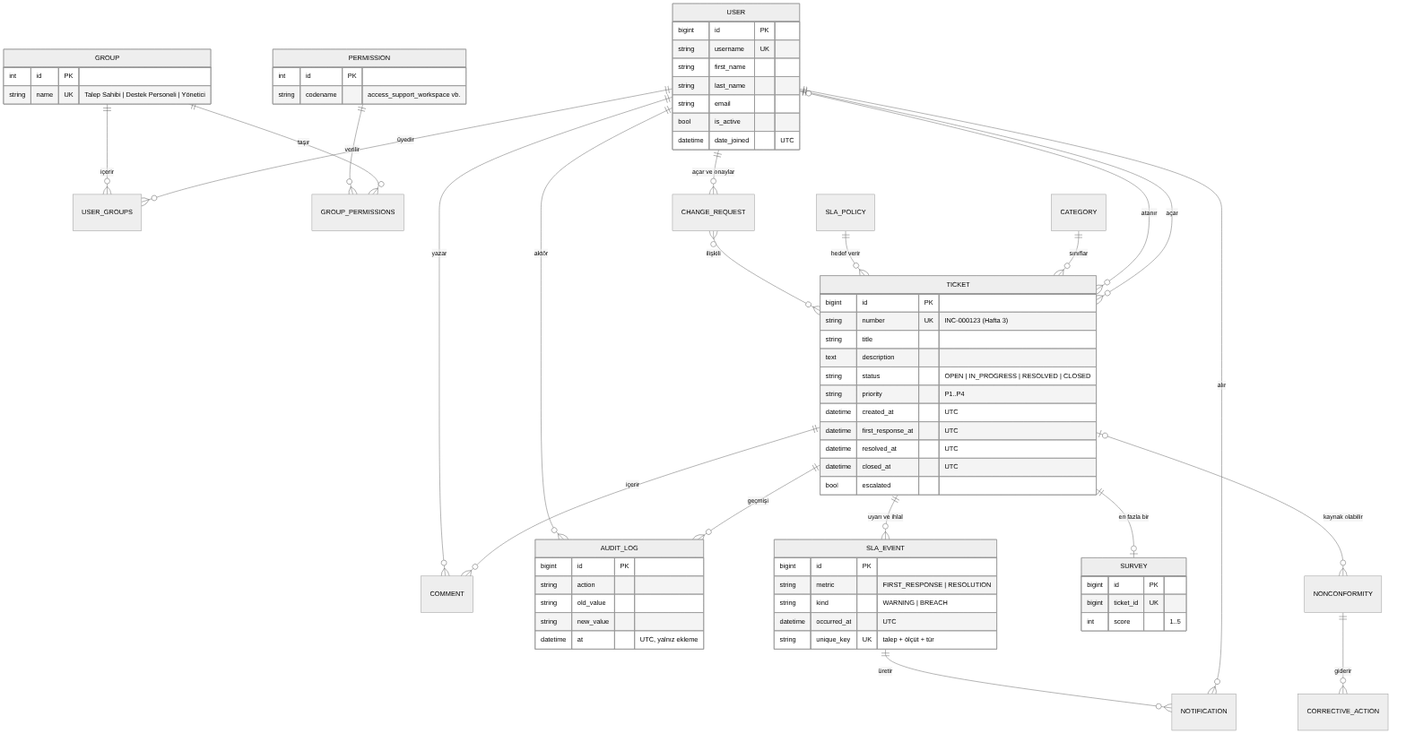
The Mermaid diagram docs/diagrams/er.png in wordeus/sds07-servis-masasi, before a commit. Its source is kept beside it as docs/diagrams/er.mmd.
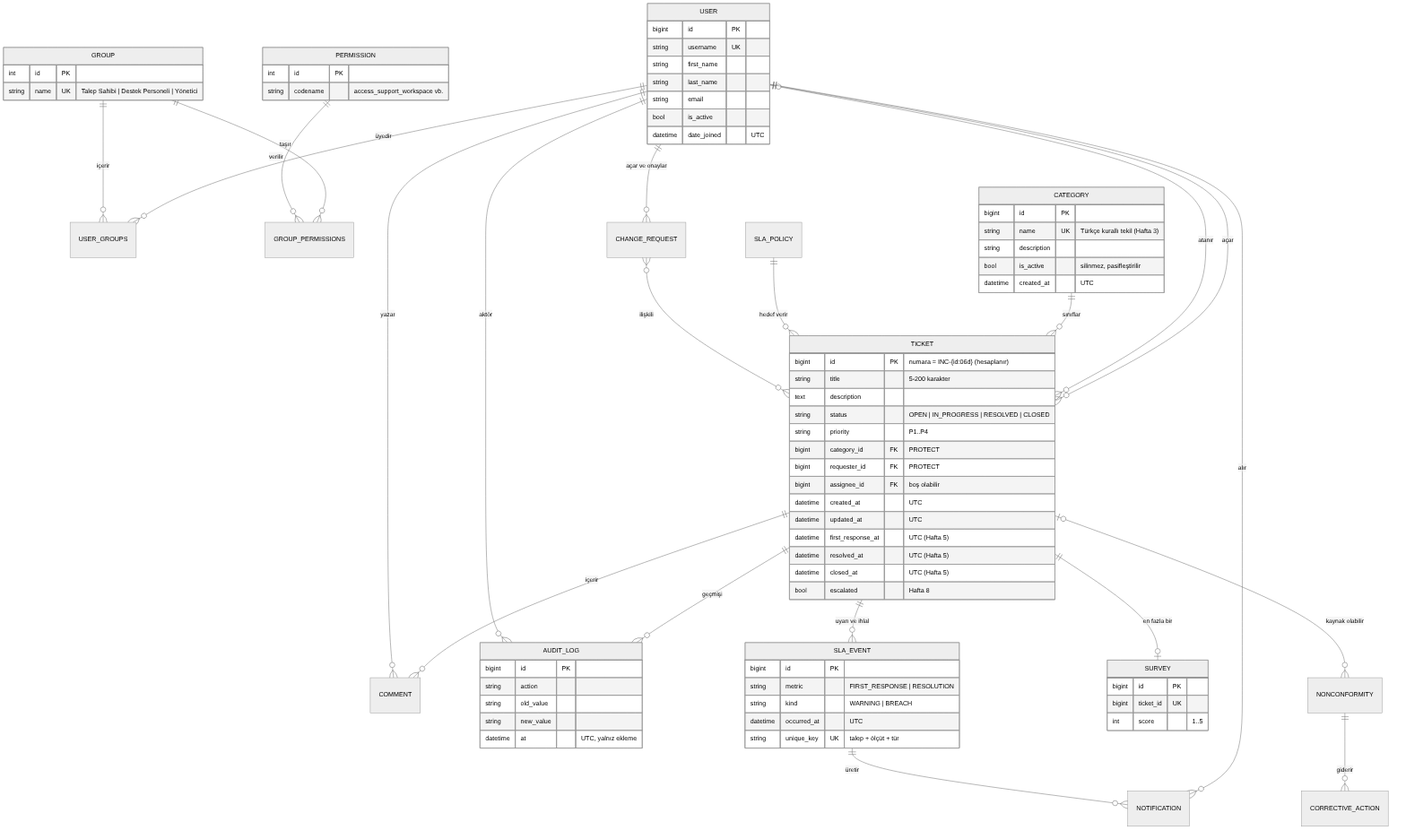
After the change.

Change to the diagram source:
```diff
@@ -37,18 +37,28 @@
     int id PK
     string codename "access_support_workspace vb."
   }
+  CATEGORY {
+    bigint id PK
+    string name UK "Türkçe kurallı tekil (Hafta 3)"
+    string description
+    bool is_active "silinmez, pasifleştirilir"
+    datetime created_at "UTC"
+  }
   TICKET {
-    bigint id PK
-    string number UK "INC-000123 (Hafta 3)"
-    string title
+    bigint id PK "numara = INC-{id:06d} (hesaplanır)"
+    string title "5-200 karakter"
     text description
     string status "OPEN | IN_PROGRESS | RESOLVED | CLOSED"
     string priority "P1..P4"
+    bigint category_id FK "PROTECT"
+    bigint requester_id FK "PROTECT"
+    bigint assignee_id FK "boş olabilir"
     datetime created_at "UTC"
-    datetime first_response_at "UTC"
-    datetime resolved_at "UTC"
-    datetime closed_at "UTC"
-    bool escalated
+    datetime updated_at "UTC"
+    datetime first_response_at "UTC (Hafta 5)"
+    datetime resolved_at "UTC (Hafta 5)"
+    datetime closed_at "UTC (Hafta 5)"
+    bool escalated "Hafta 8"
   }
   SLA_EVENT {
     bigint id PK
```
